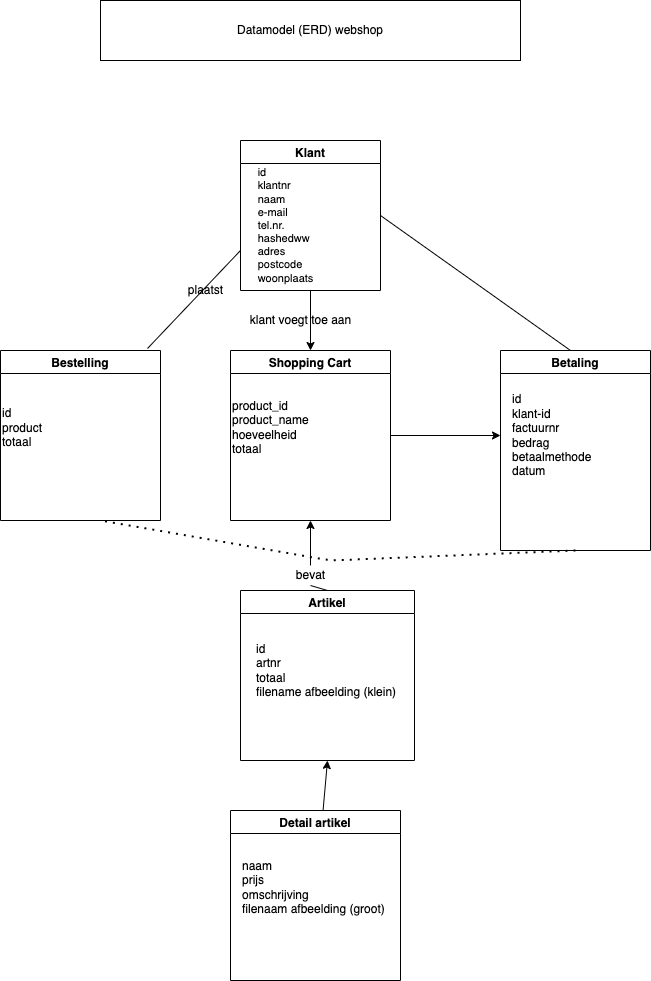
Before: Diagrams/ERD_webshop.drawio.png, a diagram exported from draw.io (koenti91/educom-webshop-database). Source tidied: cells renumbered, new cells last; positions are measured from the earlier drawing's top-left corner, leaving out a move shared by most shapes.
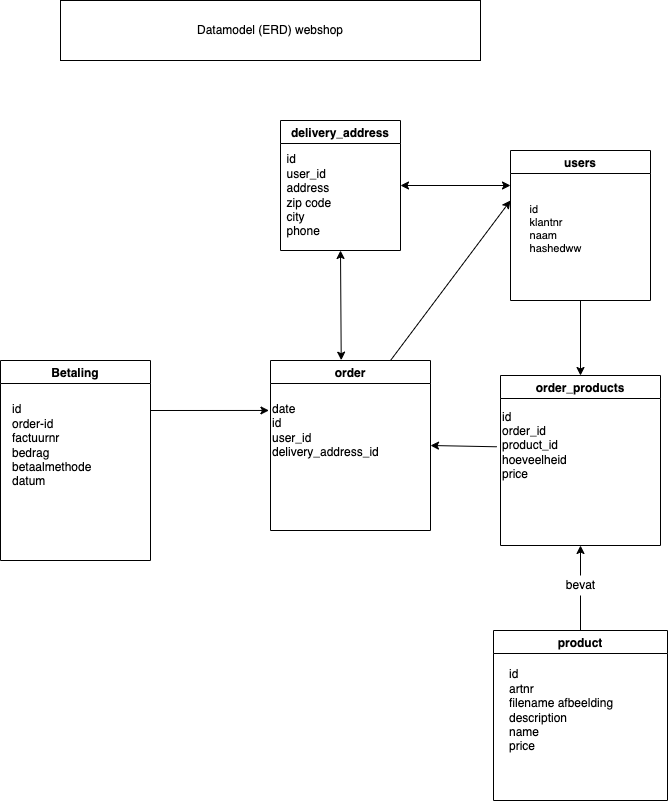
The same file after the commit.

What changed in the source:
```diff
@@ -3,59 +3,56 @@
     <mxCell id="0" />
     <mxCell id="1" parent="0" />
     <mxCell id="2" value="Datamodel (ERD) webshop" style="rounded=0;whiteSpace=wrap;html=1;" parent="1" vertex="1">
-      <mxGeometry x="100" width="420" height="60" as="geometry" />
+      <mxGeometry x="-210" y="-10" width="420" height="60" as="geometry" />
     </mxCell>
-    <mxCell id="3" value="Klant" style="swimlane;" parent="1" vertex="1">
+    <mxCell id="3" value="users" style="swimlane;" parent="1" vertex="1">
       <mxGeometry x="240" y="140" width="140" height="150" as="geometry" />
     </mxCell>
-    <mxCell id="4" value="&lt;div style=&quot;text-align: left ; font-size: 11px&quot;&gt;&lt;font style=&quot;font-size: 11px&quot;&gt;id&lt;/font&gt;&lt;/div&gt;&lt;div style=&quot;text-align: left ; font-size: 11px&quot;&gt;&lt;span&gt;&lt;font style=&quot;font-size: 11px&quot;&gt;klantnr&lt;/font&gt;&lt;/span&gt;&lt;/div&gt;&lt;div style=&quot;text-align: left ; font-size: 11px&quot;&gt;&lt;span&gt;&lt;font style=&quot;font-size: 11px&quot;&gt;naam&lt;/font&gt;&lt;/span&gt;&lt;/div&gt;&lt;div style=&quot;text-align: left ; font-size: 11px&quot;&gt;&lt;span&gt;&lt;font style=&quot;font-size: 11px&quot;&gt;e-mail&lt;/font&gt;&lt;/span&gt;&lt;/div&gt;&lt;div style=&quot;text-align: left ; font-size: 11px&quot;&gt;&lt;span&gt;&lt;font style=&quot;font-size: 11px&quot;&gt;tel.nr.&lt;/font&gt;&lt;/span&gt;&lt;/div&gt;&lt;div style=&quot;text-align: left ; font-size: 11px&quot;&gt;&lt;font style=&quot;font-size: 11px&quot;&gt;hashedww&lt;/font&gt;&lt;/div&gt;&lt;div style=&quot;text-align: left ; font-size: 11px&quot;&gt;&lt;span&gt;&lt;font style=&quot;font-size: 11px&quot;&gt;adres&lt;/font&gt;&lt;/span&gt;&lt;/div&gt;&lt;div style=&quot;text-align: left ; font-size: 11px&quot;&gt;&lt;span&gt;&lt;font style=&quot;font-size: 11px&quot;&gt;postcode&lt;/font&gt;&lt;/span&gt;&lt;/div&gt;&lt;div style=&quot;text-align: left ; font-size: 11px&quot;&gt;&lt;font style=&quot;font-size: 11px&quot;&gt;woonplaats&lt;/font&gt;&lt;/div&gt;" style="text;html=1;align=center;verticalAlign=middle;strokeColor=none;fillColor=none;" parent="3" vertex="1">
-      <mxGeometry x="10" y="20" width="70" height="130" as="geometry" />
+    <mxCell id="4" value="&lt;div style=&quot;text-align: left ; font-size: 11px&quot;&gt;&lt;font style=&quot;font-size: 11px&quot;&gt;id&lt;/font&gt;&lt;/div&gt;&lt;div style=&quot;text-align: left ; font-size: 11px&quot;&gt;&lt;span&gt;&lt;font style=&quot;font-size: 11px&quot;&gt;klantnr&lt;/font&gt;&lt;/span&gt;&lt;/div&gt;&lt;div style=&quot;text-align: left ; font-size: 11px&quot;&gt;&lt;span&gt;&lt;font style=&quot;font-size: 11px&quot;&gt;naam&lt;/font&gt;&lt;/span&gt;&lt;/div&gt;&lt;div style=&quot;text-align: left ; font-size: 11px&quot;&gt;&lt;font style=&quot;font-size: 11px&quot;&gt;hashedww&lt;/font&gt;&lt;/div&gt;&lt;div style=&quot;text-align: left ; font-size: 11px&quot;&gt;&lt;br&gt;&lt;/div&gt;" style="text;html=1;align=center;verticalAlign=middle;strokeColor=none;fillColor=none;" parent="3" vertex="1">
+      <mxGeometry x="10" y="45" width="70" height="80" as="geometry" />
     </mxCell>
     <mxCell id="5" style="endArrow=classic;html=1;entryX=0.5;entryY=0;entryDx=0;entryDy=0;" parent="3" edge="1" target="12">
       <mxGeometry relative="1" as="geometry">
         <mxPoint x="70" y="150" as="sourcePoint" />
       </mxGeometry>
     </mxCell>
+    <mxCell id="26" style="edgeStyle=none;html=1;exitX=1;exitY=0.25;exitDx=0;exitDy=0;entryX=-0.013;entryY=0.166;entryDx=0;entryDy=0;entryPerimeter=0;" parent="1" edge="1" source="6" target="18">
+      <mxGeometry relative="1" as="geometry" />
+    </mxCell>
     <mxCell id="6" value="Betaling" style="swimlane;" parent="1" vertex="1">
-      <mxGeometry x="500" y="350" width="150" height="200" as="geometry" />
+      <mxGeometry x="-270" y="350" width="150" height="200" as="geometry" />
     </mxCell>
-    <mxCell id="7" value="id&lt;br&gt;klant-id&lt;br&gt;factuurnr&lt;br&gt;bedrag&lt;br&gt;betaalmethode&lt;br&gt;datum" style="text;html=1;align=left;verticalAlign=middle;strokeColor=none;fillColor=none;" parent="6" vertex="1">
-      <mxGeometry x="10" y="40" width="90" height="90" as="geometry" />
+    <mxCell id="7" value="id&lt;br&gt;order-id&lt;br&gt;factuurnr&lt;br&gt;bedrag&lt;br&gt;betaalmethode&lt;br&gt;datum" style="text;html=1;align=left;verticalAlign=middle;strokeColor=none;fillColor=none;" parent="6" vertex="1">
+      <mxGeometry x="10" y="40" width="100" height="90" as="geometry" />
     </mxCell>
-    <mxCell id="8" value="Artikel" style="swimlane;" parent="1" vertex="1">
-      <mxGeometry x="240" y="590" width="174" height="170" as="geometry" />
+    <mxCell id="8" value="product" style="swimlane;" parent="1" vertex="1">
+      <mxGeometry x="223" y="620" width="174" height="170" as="geometry" />
     </mxCell>
-    <mxCell id="9" value="id&lt;br&gt;artnr&lt;br&gt;totaal&lt;br&gt;filename afbeelding (klein)" style="text;html=1;align=left;verticalAlign=middle;strokeColor=none;fillColor=none;" parent="8" vertex="1">
-      <mxGeometry x="14" y="50" width="160" height="60" as="geometry" />
+    <mxCell id="9" value="id&lt;br&gt;artnr&lt;br&gt;filename afbeelding&amp;nbsp;&lt;br&gt;description&lt;br&gt;name&lt;br&gt;price" style="text;html=1;align=left;verticalAlign=middle;strokeColor=none;fillColor=none;" parent="8" vertex="1">
+      <mxGeometry x="14" y="35" width="120" height="90" as="geometry" />
     </mxCell>
-    <mxCell id="10" value="Detail artikel" style="swimlane;" parent="1" vertex="1">
-      <mxGeometry x="230" y="810" width="170" height="170" as="geometry" />
-    </mxCell>
-    <mxCell id="11" value="&lt;br&gt;naam&lt;br&gt;prijs&lt;br&gt;omschrijving&lt;br&gt;filenaam afbeelding (groot)" style="text;html=1;align=left;verticalAlign=middle;strokeColor=none;fillColor=none;" parent="10" vertex="1">
-      <mxGeometry x="10" y="30" width="160" height="80" as="geometry" />
-    </mxCell>
-    <mxCell id="12" value="Shopping Cart" style="swimlane;" parent="1" vertex="1">
-      <mxGeometry x="230" y="350" width="160" height="170" as="geometry" />
+    <mxCell id="12" value="order_products" style="swimlane;" parent="1" vertex="1">
+      <mxGeometry x="230" y="365" width="160" height="170" as="geometry" />
     </mxCell>
-    <mxCell id="13" value="&amp;nbsp;&lt;br&gt;product_id&lt;br&gt;product_name&lt;br&gt;hoeveelheid&lt;br&gt;totaal&lt;br&gt;" style="text;html=1;align=left;verticalAlign=middle;points=[];strokeColor=none;fillColor=none;" parent="12" vertex="1">
-      <mxGeometry y="30" width="90" height="80" as="geometry" />
+    <mxCell id="13" value="id&lt;br&gt;order_id&lt;br&gt;product_id&lt;br&gt;hoeveelheid&lt;br&gt;price" style="text;html=1;align=left;verticalAlign=middle;points=[];strokeColor=none;fillColor=none;" parent="12" vertex="1">
+      <mxGeometry y="30" width="80" height="80" as="geometry" />
     </mxCell>
+    <mxCell id="27" value="&lt;div style=&quot;text-align: left&quot;&gt;&lt;br&gt;&lt;/div&gt;" style="text;html=1;align=center;verticalAlign=middle;strokeColor=none;fillColor=none;" parent="12" vertex="1">
+      <mxGeometry x="5" y="25" width="20" height="20" as="geometry" />
+    </mxCell>
     <mxCell id="14" style="endArrow=classic;html=1;entryX=0.5;entryY=1;entryDx=0;entryDy=0;exitX=0.5;exitY=0;exitDx=0;exitDy=0;startArrow=none;" parent="1" edge="1" source="19" target="12">
       <mxGeometry relative="1" as="geometry" />
     </mxCell>
-    <mxCell id="15" style="endArrow=classic;html=1;entryX=0.5;entryY=1;entryDx=0;entryDy=0;" parent="1" edge="1" source="10" target="8">
-      <mxGeometry relative="1" as="geometry" />
-    </mxCell>
-    <mxCell id="16" style="endArrow=classic;html=1;exitX=1;exitY=0.5;exitDx=0;exitDy=0;" parent="1" edge="1" source="12">
-      <mxGeometry relative="1" as="geometry">
-        <mxPoint x="500" y="435" as="targetPoint" />
-      </mxGeometry>
-    </mxCell>
+    <mxCell id="28" style="edgeStyle=none;html=1;exitX=0.75;exitY=0;exitDx=0;exitDy=0;" parent="1" edge="1" source="17">
+      <mxGeometry relative="1" as="geometry">
+        <mxPoint x="240" y="190" as="targetPoint" />
+      </mxGeometry>
+    </mxCell>
-    <mxCell id="17" value="Bestelling" style="swimlane;" parent="1" vertex="1">
+    <mxCell id="17" value="order" style="swimlane;" parent="1" vertex="1">
       <mxGeometry y="350" width="160" height="170" as="geometry" />
     </mxCell>
-    <mxCell id="18" value="&amp;nbsp;&lt;br&gt;id&lt;br&gt;product&lt;br&gt;totaal" style="text;html=1;align=left;verticalAlign=middle;points=[];strokeColor=none;fillColor=none;" parent="17" vertex="1">
-      <mxGeometry y="40" width="60" height="60" as="geometry" />
+    <mxCell id="18" value="date&lt;br&gt;id&lt;br&gt;user_id&lt;br&gt;delivery_address_id" style="text;html=1;align=left;verticalAlign=middle;points=[];strokeColor=none;fillColor=none;" parent="17" vertex="1">
+      <mxGeometry y="40" width="120" height="60" as="geometry" />
     </mxCell>
     <mxCell id="19" value="bevat" style="text;html=1;align=center;verticalAlign=middle;points=[];strokeColor=none;fillColor=none;" parent="1" vertex="1">
       <mxGeometry x="290" y="565" width="40" height="20" as="geometry" />
@@ -63,29 +60,22 @@
     <mxCell id="20" style="endArrow=none;html=1;entryX=0.5;entryY=1;entryDx=0;entryDy=0;exitX=0.5;exitY=0;exitDx=0;exitDy=0;" parent="1" edge="1" source="8" target="19">
       <mxGeometry relative="1" as="geometry" />
     </mxCell>
-    <mxCell id="21" value="klant voegt toe aan" style="text;html=1;align=center;verticalAlign=middle;strokeColor=none;fillColor=none;" parent="1" vertex="1">
-      <mxGeometry x="240" y="310" width="120" height="20" as="geometry" />
-    </mxCell>
-    <mxCell id="22" style="endArrow=none;html=1;exitX=0.919;exitY=-0.012;exitDx=0;exitDy=0;exitPerimeter=0;" parent="1" edge="1" source="17">
-      <mxGeometry relative="1" as="geometry">
-        <mxPoint x="240" y="250" as="targetPoint" />
-      </mxGeometry>
-    </mxCell>
-    <mxCell id="23" value="plaatst" style="text;html=1;align=center;verticalAlign=middle;strokeColor=none;fillColor=none;" parent="1" vertex="1">
-      <mxGeometry x="180" y="280" width="50" height="20" as="geometry" />
-    </mxCell>
-    <mxCell id="24" style="endArrow=none;html=1;entryX=1;entryY=0.5;entryDx=0;entryDy=0;" parent="1" edge="1" target="3">
-      <mxGeometry relative="1" as="geometry">
-        <mxPoint x="570" y="350" as="sourcePoint" />
-      </mxGeometry>
-    </mxCell>
-    <mxCell id="25" style="endArrow=none;dashed=1;html=1;dashPattern=1 3;strokeWidth=2;fontSize=11;exitX=0.5;exitY=1;exitDx=0;exitDy=0;" parent="1" edge="1" source="6">
-      <mxGeometry relative="1" as="geometry">
-        <mxPoint x="100" y="520" as="targetPoint" />
-        <Array as="points">
-          <mxPoint x="330" y="560" />
-        </Array>
-      </mxGeometry>
-    </mxCell>
+    <mxCell id="29" style="endArrow=classic;html=1;exitX=-0.047;exitY=0.516;exitDx=0;exitDy=0;exitPerimeter=0;entryX=1;entryY=0.5;entryDx=0;entryDy=0;" parent="1" edge="1" source="13" target="17">
+      <mxGeometry relative="1" as="geometry" />
+    </mxCell>
+    <mxCell id="30" value="delivery_address" style="swimlane;" parent="1" vertex="1">
+      <mxGeometry x="10" y="110" width="120" height="130" as="geometry" />
+    </mxCell>
+    <mxCell id="31" value="&lt;div style=&quot;text-align: left&quot;&gt;&lt;span&gt;id&lt;/span&gt;&lt;/div&gt;&lt;div style=&quot;text-align: left&quot;&gt;&lt;span&gt;user_id&lt;/span&gt;&lt;/div&gt;&lt;div style=&quot;text-align: left&quot;&gt;&lt;span&gt;address&amp;nbsp;&lt;/span&gt;&lt;/div&gt;&lt;div style=&quot;text-align: left&quot;&gt;&lt;span&gt;zip code&amp;nbsp;&lt;/span&gt;&lt;/div&gt;&lt;div style=&quot;text-align: left&quot;&gt;&lt;span&gt;city&lt;/span&gt;&lt;/div&gt;&lt;div style=&quot;text-align: left&quot;&gt;&lt;span&gt;phone&lt;/span&gt;&lt;/div&gt;" style="text;html=1;align=center;verticalAlign=middle;strokeColor=none;fillColor=none;" parent="30" vertex="1">
+      <mxGeometry y="30" width="60" height="90" as="geometry" />
+    </mxCell>
+    <mxCell id="32" style="endArrow=classic;startArrow=classic;html=1;exitX=1;exitY=0.5;exitDx=0;exitDy=0;" parent="1" edge="1" source="30">
+      <mxGeometry relative="1" as="geometry">
+        <mxPoint x="240" y="175" as="targetPoint" />
+      </mxGeometry>
+    </mxCell>
+    <mxCell id="33" style="endArrow=classic;startArrow=classic;html=1;entryX=0.5;entryY=1;entryDx=0;entryDy=0;exitX=0.442;exitY=-0.002;exitDx=0;exitDy=0;exitPerimeter=0;" parent="1" edge="1" source="17" target="30">
+      <mxGeometry relative="1" as="geometry" />
+    </mxCell>
   </root>
 </mxGraphModel>
```
